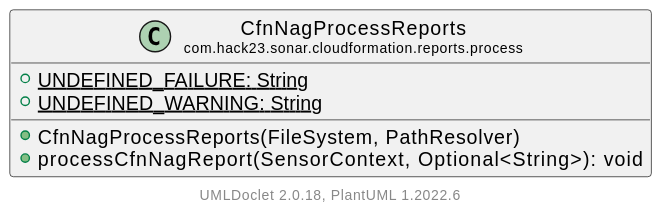
Above: testapidocs/com/hack23/sonar/cloudformation/reports/process/CfnNagProcessReports.svg in Hack23/sonar-cloudformation-plugin (PlantUML), before the change.
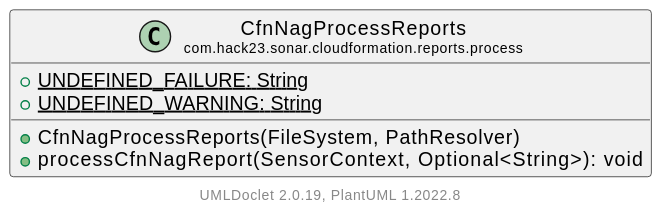
After the change.

The edit, as a diff of the source:
```diff
@@ -10,5 +10,5 @@
         +processCfnNagReport(SensorContext, Optional<String>): void
     }
 
-    center footer UMLDoclet 2.0.18, PlantUML 1.2022.6
+    center footer UMLDoclet 2.0.19, PlantUML 1.2022.8
 @enduml
```
